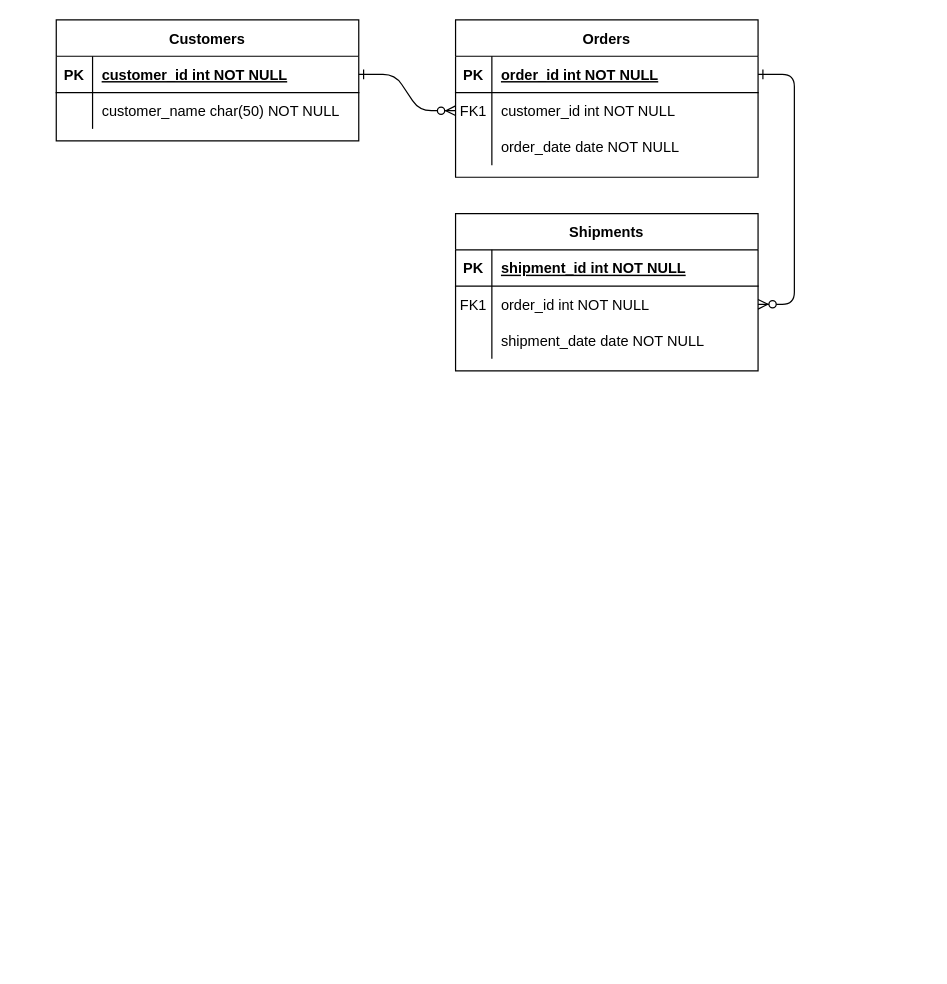
This is Untitled Diagram.drawio from mveiyo/shifts, a draw.io file, before an edit. Source tidied: cells renumbered, new cells numbered last; positions are measured from the earlier drawing's top-left corner, leaving out a move shared by most shapes. Both pictures are drawn from the tidied source at 121%, with x=0, y=0 at pixel (56, 19).
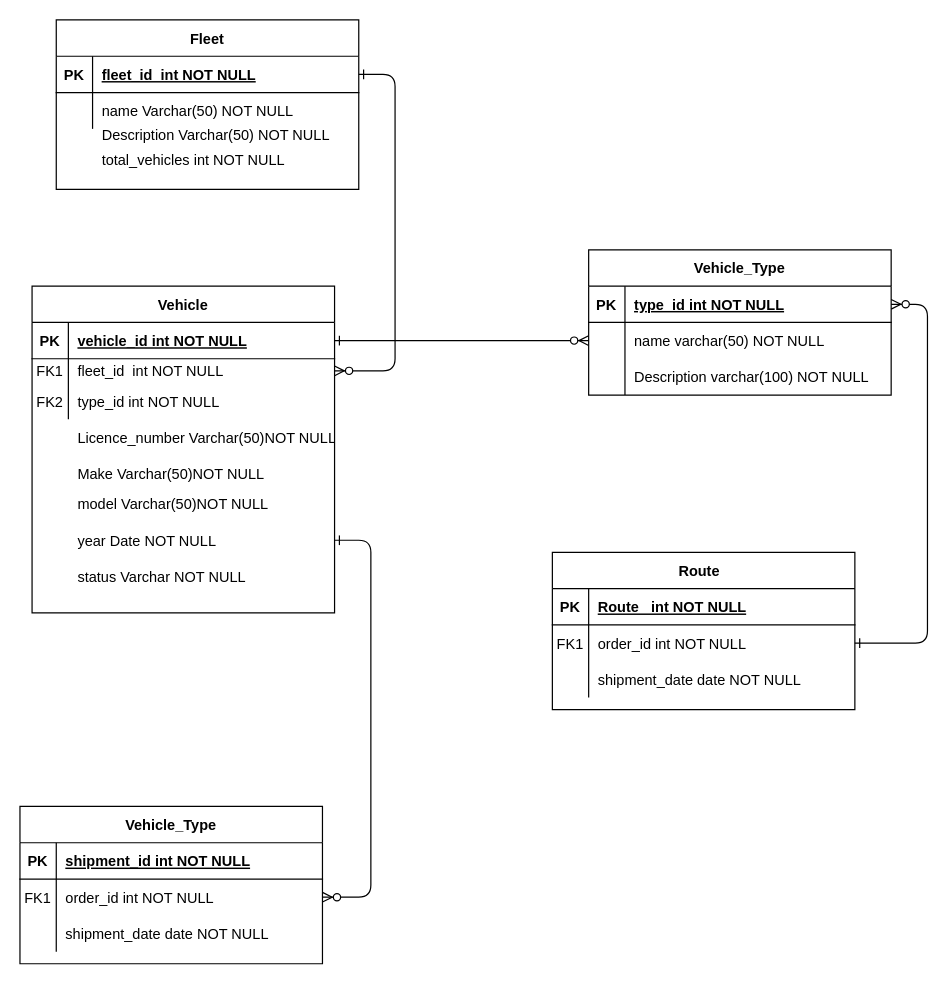
The same page after the edit.

The change refers to these unchanged cells:
```xml
<mxCell id="5" style="shape=partialRectangle;fillColor=none;points=[[0,0.5],[1,0.5]];portConstraint=eastwest;top=0;left=0;right=0;bottom=1;" parent="4" vertex="1">
  <mxGeometry y="30" width="250" height="30" as="geometry" />
</mxCell>
<mxCell id="15" style="shape=partialRectangle;fillColor=none;points=[[0,0.5],[1,0.5]];portConstraint=eastwest;top=0;left=0;right=0;bottom=1;" parent="14" vertex="1">
  <mxGeometry y="30" width="250" height="30" as="geometry" />
</mxCell>
<mxCell id="18" style="shape=partialRectangle;fillColor=none;points=[[0,0.5],[1,0.5]];portConstraint=eastwest;top=0;left=0;right=0;bottom=0;" parent="14" vertex="1">
  <mxGeometry y="60" width="250" height="30" as="geometry" />
</mxCell>
<mxCell id="25" style="shape=partialRectangle;fillColor=none;points=[[0,0.5],[1,0.5]];portConstraint=eastwest;top=0;left=0;right=0;bottom=1;" parent="24" vertex="1">
  <mxGeometry y="30" width="250" height="30" as="geometry" />
</mxCell>
<mxCell id="28" style="shape=partialRectangle;fillColor=none;top=0;left=0;right=0;bottom=0;" parent="24" vertex="1">
  <mxGeometry y="60" width="250" height="30" as="geometry" />
</mxCell>
```

The edit, as a diff of the source:
```diff
@@
-    <mxCell id="4" value="Orders" style="shape=table;startSize=30;childLayout=tableLayout;rowLines=0;fontStyle=1;align=center;" parent="1" vertex="1">
-      <mxGeometry x="330" width="250" height="130" as="geometry" />
+    <mxCell id="4" value="Vehicle" style="shape=table;startSize=30;childLayout=tableLayout;rowLines=0;fontStyle=1;align=center;" parent="1" vertex="1">
+      <mxGeometry x="-20" y="220" width="250" height="270" as="geometry" />
     </mxCell>
@@
-    <mxCell id="7" value="order_id int NOT NULL " style="shape=partialRectangle;overflow=hidden;fillColor=none;top=0;left=0;bottom=0;right=0;align=left;spacingLeft=6;fontStyle=5;" parent="5" vertex="1">
+    <mxCell id="7" value="vehicle_id int NOT NULL " style="shape=partialRectangle;overflow=hidden;fillColor=none;top=0;left=0;bottom=0;right=0;align=left;spacingLeft=6;fontStyle=5;" parent="5" vertex="1">
       <mxGeometry x="30" width="220" height="30" as="geometry" />
     </mxCell>
     <mxCell id="8" style="shape=partialRectangle;fillColor=none;points=[[0,0.5],[1,0.5]];portConstraint=eastwest;top=0;left=0;right=0;bottom=0;" parent="4" vertex="1">
-      <mxGeometry y="60" width="250" height="30" as="geometry" />
+      <mxGeometry y="60" width="250" height="20" as="geometry" />
     </mxCell>
     <mxCell id="9" value="FK1" style="shape=partialRectangle;overflow=hidden;fillColor=none;top=0;left=0;bottom=0;right=0;" parent="8" vertex="1">
-      <mxGeometry width="30" height="30" as="geometry" />
+      <mxGeometry width="30" height="20" as="geometry" />
     </mxCell>
-    <mxCell id="10" value="customer_id int NOT NULL" style="shape=partialRectangle;overflow=hidden;fillColor=none;top=0;left=0;bottom=0;right=0;align=left;spacingLeft=6;" parent="8" vertex="1">
-      <mxGeometry x="30" width="220" height="30" as="geometry" />
+    <mxCell id="10" value="fleet_id  int NOT NULL" style="shape=partialRectangle;overflow=hidden;fillColor=none;top=0;left=0;bottom=0;right=0;align=left;spacingLeft=6;" parent="8" vertex="1">
+      <mxGeometry x="30" width="220" height="20" as="geometry" />
     </mxCell>
     <mxCell id="11" style="shape=partialRectangle;fillColor=none;top=0;left=0;right=0;bottom=0;" parent="4" vertex="1">
-      <mxGeometry y="90" width="250" height="30" as="geometry" />
+      <mxGeometry y="80" width="250" height="30" as="geometry" />
     </mxCell>
@@
-    <mxCell id="13" value="order_date date NOT NULL" style="shape=partialRectangle;overflow=hidden;fillColor=none;top=0;left=0;bottom=0;right=0;align=left;spacingLeft=6;" parent="11" vertex="1">
+    <mxCell id="13" value="type_id int NOT NULL" style="shape=partialRectangle;overflow=hidden;fillColor=none;top=0;left=0;bottom=0;right=0;align=left;spacingLeft=6;" parent="11" vertex="1">
       <mxGeometry x="30" width="220" height="30" as="geometry" />
     </mxCell>
-    <mxCell id="14" value="Shipments" style="shape=table;startSize=30;childLayout=tableLayout;rowLines=0;fontStyle=1;align=center;" parent="1" vertex="1">
-      <mxGeometry x="330" y="160" width="250" height="130" as="geometry" />
+    <mxCell id="14" value="Vehicle_Type" style="shape=table;startSize=30;childLayout=tableLayout;rowLines=0;fontStyle=1;align=center;" parent="1" vertex="1">
+      <mxGeometry x="440" y="190" width="250" height="120" as="geometry" />
     </mxCell>
@@
-    <mxCell id="17" value="shipment_id int NOT NULL " style="shape=partialRectangle;overflow=hidden;fillColor=none;top=0;left=0;bottom=0;right=0;align=left;spacingLeft=6;fontStyle=5;" parent="15" vertex="1">
+    <mxCell id="17" value="type_id int NOT NULL " style="shape=partialRectangle;overflow=hidden;fillColor=none;top=0;left=0;bottom=0;right=0;align=left;spacingLeft=6;fontStyle=5;" parent="15" vertex="1">
       <mxGeometry x="30" width="220" height="30" as="geometry" />
     </mxCell>
@@
-    <mxCell id="19" value="FK1" style="shape=partialRectangle;overflow=hidden;fillColor=none;top=0;left=0;bottom=0;right=0;" parent="18" vertex="1">
+    <mxCell id="19" style="shape=partialRectangle;overflow=hidden;fillColor=none;top=0;left=0;bottom=0;right=0;" parent="18" vertex="1">
       <mxGeometry width="30" height="30" as="geometry" />
     </mxCell>
-    <mxCell id="20" value="order_id int NOT NULL" style="shape=partialRectangle;overflow=hidden;fillColor=none;top=0;left=0;bottom=0;right=0;align=left;spacingLeft=6;" parent="18" vertex="1">
+    <mxCell id="20" value="name varchar(50) NOT NULL" style="shape=partialRectangle;overflow=hidden;fillColor=none;top=0;left=0;bottom=0;right=0;align=left;spacingLeft=6;" parent="18" vertex="1">
       <mxGeometry x="30" width="220" height="30" as="geometry" />
     </mxCell>
-    <mxCell id="21" style="shape=partialRectangle;fillColor=none;top=0;left=0;right=0;bottom=0;" parent="14" vertex="1">
-      <mxGeometry y="90" width="250" height="30" as="geometry" />
-    </mxCell>
-    <mxCell id="22" style="shape=partialRectangle;overflow=hidden;fillColor=none;top=0;left=0;bottom=0;right=0;" parent="21" vertex="1">
-      <mxGeometry width="30" height="30" as="geometry" />
-    </mxCell>
-    <mxCell id="23" value="shipment_date date NOT NULL" style="shape=partialRectangle;overflow=hidden;fillColor=none;top=0;left=0;bottom=0;right=0;align=left;spacingLeft=6;" parent="21" vertex="1">
-      <mxGeometry x="30" width="220" height="30" as="geometry" />
-    </mxCell>
+    <mxCell id="31" style="shape=partialRectangle;fillColor=none;top=0;left=0;right=0;bottom=0;" parent="14" vertex="1">
+      <mxGeometry y="90" width="250" height="30" as="geometry" />
+    </mxCell>
+    <mxCell id="32" style="shape=partialRectangle;overflow=hidden;fillColor=none;top=0;left=0;bottom=0;right=0;" parent="31" vertex="1">
+      <mxGeometry width="30" height="30" as="geometry" />
+    </mxCell>
+    <mxCell id="33" value="Description varchar(100) NOT NULL" style="shape=partialRectangle;overflow=hidden;fillColor=none;top=0;left=0;bottom=0;right=0;align=left;spacingLeft=6;" parent="31" vertex="1">
+      <mxGeometry x="30" width="220" height="30" as="geometry" />
+    </mxCell>
-    <mxCell id="24" value="Customers" style="shape=table;startSize=30;childLayout=tableLayout;rowLines=0;fontStyle=1;align=center;" parent="1" vertex="1">
-      <mxGeometry width="250" height="100" as="geometry" />
+    <mxCell id="24" value="Fleet" style="shape=table;startSize=30;childLayout=tableLayout;rowLines=0;fontStyle=1;align=center;" parent="1" vertex="1">
+      <mxGeometry width="250" height="140" as="geometry" />
     </mxCell>
@@
-    <mxCell id="27" value="customer_id int NOT NULL " style="shape=partialRectangle;overflow=hidden;fillColor=none;top=0;left=0;bottom=0;right=0;align=left;spacingLeft=6;fontStyle=5;" parent="25" vertex="1">
+    <mxCell id="27" value="fleet_id  int NOT NULL" style="shape=partialRectangle;overflow=hidden;fillColor=none;top=0;left=0;bottom=0;right=0;align=left;spacingLeft=6;fontStyle=5;" parent="25" vertex="1">
       <mxGeometry x="30" width="220" height="30" as="geometry" />
     </mxCell>
@@
-    <mxCell id="30" value="customer_name char(50) NOT NULL" style="shape=partialRectangle;overflow=hidden;fillColor=none;top=0;left=0;bottom=0;right=0;align=left;spacingLeft=6;" parent="28" vertex="1">
+    <mxCell id="30" value="name Varchar(50) NOT NULL" style="shape=partialRectangle;overflow=hidden;fillColor=none;top=0;left=0;bottom=0;right=0;align=left;spacingLeft=6;" parent="28" vertex="1">
       <mxGeometry x="30" width="220" height="30" as="geometry" />
     </mxCell>
+    <mxCell id="34" value="Vehicle_Type" style="shape=table;startSize=30;childLayout=tableLayout;rowLines=0;fontStyle=1;align=center;" parent="1" vertex="1">
+      <mxGeometry x="-30" y="650" width="250" height="130" as="geometry" />
+    </mxCell>
+    <mxCell id="35" style="shape=partialRectangle;fillColor=none;top=0;left=0;right=0;bottom=1;" parent="34" vertex="1">
+      <mxGeometry y="30" width="250" height="30" as="geometry" />
+    </mxCell>
+    <mxCell id="36" value="PK" style="shape=partialRectangle;overflow=hidden;fillColor=none;top=0;left=0;bottom=0;right=0;fontStyle=1;" parent="35" vertex="1">
+      <mxGeometry width="30" height="30" as="geometry" />
+    </mxCell>
+    <mxCell id="37" value="shipment_id int NOT NULL " style="shape=partialRectangle;overflow=hidden;fillColor=none;top=0;left=0;bottom=0;right=0;align=left;spacingLeft=6;fontStyle=5;" parent="35" vertex="1">
+      <mxGeometry x="30" width="220" height="30" as="geometry" />
+    </mxCell>
+    <mxCell id="38" style="shape=partialRectangle;fillColor=none;points=[[0,0.5],[1,0.5]];portConstraint=eastwest;top=0;left=0;right=0;bottom=0;" parent="34" vertex="1">
+      <mxGeometry y="60" width="250" height="30" as="geometry" />
+    </mxCell>
+    <mxCell id="39" value="FK1" style="shape=partialRectangle;overflow=hidden;fillColor=none;top=0;left=0;bottom=0;right=0;" parent="38" vertex="1">
+      <mxGeometry width="30" height="30" as="geometry" />
+    </mxCell>
+    <mxCell id="40" value="order_id int NOT NULL" style="shape=partialRectangle;overflow=hidden;fillColor=none;top=0;left=0;bottom=0;right=0;align=left;spacingLeft=6;" parent="38" vertex="1">
+      <mxGeometry x="30" width="220" height="30" as="geometry" />
+    </mxCell>
+    <mxCell id="41" style="shape=partialRectangle;fillColor=none;top=0;left=0;right=0;bottom=0;" parent="34" vertex="1">
+      <mxGeometry y="90" width="250" height="30" as="geometry" />
+    </mxCell>
+    <mxCell id="42" style="shape=partialRectangle;overflow=hidden;fillColor=none;top=0;left=0;bottom=0;right=0;" parent="41" vertex="1">
+      <mxGeometry width="30" height="30" as="geometry" />
+    </mxCell>
+    <mxCell id="43" value="shipment_date date NOT NULL" style="shape=partialRectangle;overflow=hidden;fillColor=none;top=0;left=0;bottom=0;right=0;align=left;spacingLeft=6;" parent="41" vertex="1">
+      <mxGeometry x="30" width="220" height="30" as="geometry" />
+    </mxCell>
+    <mxCell id="44" value="Route  " style="shape=table;startSize=30;childLayout=tableLayout;rowLines=0;fontStyle=1;align=center;" parent="1" vertex="1">
+      <mxGeometry x="410" y="440" width="250" height="130" as="geometry" />
+    </mxCell>
+    <mxCell id="45" style="shape=partialRectangle;fillColor=none;top=0;left=0;right=0;bottom=1;" parent="44" vertex="1">
+      <mxGeometry y="30" width="250" height="30" as="geometry" />
+    </mxCell>
+    <mxCell id="46" value="PK" style="shape=partialRectangle;overflow=hidden;fillColor=none;top=0;left=0;bottom=0;right=0;fontStyle=1;" parent="45" vertex="1">
+      <mxGeometry width="30" height="30" as="geometry" />
+    </mxCell>
+    <mxCell id="47" value="Route   int NOT NULL " style="shape=partialRectangle;overflow=hidden;fillColor=none;top=0;left=0;bottom=0;right=0;align=left;spacingLeft=6;fontStyle=5;" parent="45" vertex="1">
+      <mxGeometry x="30" width="220" height="30" as="geometry" />
+    </mxCell>
+    <mxCell id="48" style="shape=partialRectangle;fillColor=none;points=[[0,0.5],[1,0.5]];portConstraint=eastwest;top=0;left=0;right=0;bottom=0;" parent="44" vertex="1">
+      <mxGeometry y="60" width="250" height="30" as="geometry" />
+    </mxCell>
+    <mxCell id="49" value="FK1" style="shape=partialRectangle;overflow=hidden;fillColor=none;top=0;left=0;bottom=0;right=0;" parent="48" vertex="1">
+      <mxGeometry width="30" height="30" as="geometry" />
+    </mxCell>
+    <mxCell id="50" value="order_id int NOT NULL" style="shape=partialRectangle;overflow=hidden;fillColor=none;top=0;left=0;bottom=0;right=0;align=left;spacingLeft=6;" parent="48" vertex="1">
+      <mxGeometry x="30" width="220" height="30" as="geometry" />
+    </mxCell>
+    <mxCell id="51" style="shape=partialRectangle;fillColor=none;top=0;left=0;right=0;bottom=0;" parent="44" vertex="1">
+      <mxGeometry y="90" width="250" height="30" as="geometry" />
+    </mxCell>
+    <mxCell id="52" style="shape=partialRectangle;overflow=hidden;fillColor=none;top=0;left=0;bottom=0;right=0;" parent="51" vertex="1">
+      <mxGeometry width="30" height="30" as="geometry" />
+    </mxCell>
+    <mxCell id="53" value="shipment_date date NOT NULL" style="shape=partialRectangle;overflow=hidden;fillColor=none;top=0;left=0;bottom=0;right=0;align=left;spacingLeft=6;" parent="51" vertex="1">
+      <mxGeometry x="30" width="220" height="30" as="geometry" />
+    </mxCell>
+    <mxCell id="54" value="Description Varchar(50) NOT NULL" style="shape=partialRectangle;overflow=hidden;fillColor=none;top=0;left=0;bottom=0;right=0;align=left;spacingLeft=6;" parent="1" vertex="1">
+      <mxGeometry x="30" y="80" width="220" height="30" as="geometry" />
+    </mxCell>
+    <mxCell id="55" style="shape=partialRectangle;fillColor=none;top=0;left=0;right=0;bottom=0;" parent="1" vertex="1">
+      <mxGeometry y="100" width="250" height="30" as="geometry" />
+    </mxCell>
+    <mxCell id="56" style="shape=partialRectangle;overflow=hidden;fillColor=none;top=0;left=0;bottom=0;right=0;" parent="55" vertex="1">
+      <mxGeometry width="30" height="30" as="geometry" />
+    </mxCell>
+    <mxCell id="57" value="total_vehicles int NOT NULL" style="shape=partialRectangle;overflow=hidden;fillColor=none;top=0;left=0;bottom=0;right=0;align=left;spacingLeft=6;" parent="55" vertex="1">
+      <mxGeometry x="30" width="220" height="30" as="geometry" />
+    </mxCell>
+    <mxCell id="58" value="FK2" style="shape=partialRectangle;overflow=hidden;fillColor=none;top=0;left=0;bottom=0;right=0;" parent="1" vertex="1">
+      <mxGeometry x="-20" y="300" width="30" height="30" as="geometry" />
+    </mxCell>
+    <mxCell id="59" value="Licence_number Varchar(50)NOT NULL" style="shape=partialRectangle;overflow=hidden;fillColor=none;top=0;left=0;bottom=0;right=0;align=left;spacingLeft=6;" parent="1" vertex="1">
+      <mxGeometry x="10" y="330" width="220" height="30" as="geometry" />
+    </mxCell>
+    <mxCell id="60" value="Make Varchar(50)NOT NULL" style="shape=partialRectangle;overflow=hidden;fillColor=none;top=0;left=0;bottom=0;right=0;align=left;spacingLeft=6;" parent="1" vertex="1">
+      <mxGeometry x="10" y="360" width="220" height="30" as="geometry" />
+    </mxCell>
+    <mxCell id="61" value="model Varchar(50)NOT NULL" style="shape=partialRectangle;overflow=hidden;fillColor=none;top=0;left=0;bottom=0;right=0;align=left;spacingLeft=6;" parent="1" vertex="1">
+      <mxGeometry x="10" y="385" width="220" height="30" as="geometry" />
+    </mxCell>
+    <mxCell id="62" value="year Date NOT NULL" style="shape=partialRectangle;overflow=hidden;fillColor=none;top=0;left=0;bottom=0;right=0;align=left;spacingLeft=6;" parent="1" vertex="1">
+      <mxGeometry x="10" y="415" width="220" height="30" as="geometry" />
+    </mxCell>
+    <mxCell id="63" value="status Varchar NOT NULL" style="shape=partialRectangle;overflow=hidden;fillColor=none;top=0;left=0;bottom=0;right=0;align=left;spacingLeft=6;" parent="1" vertex="1">
+      <mxGeometry x="10" y="445" width="220" height="30" as="geometry" />
+    </mxCell>
+    <mxCell id="64" style="edgeStyle=entityRelationEdgeStyle;endArrow=ERzeroToMany;startArrow=ERone;endFill=1;startFill=0;exitX=1;exitY=0.5;exitDx=0;exitDy=0;" parent="1" edge="1" source="48" target="15">
+      <mxGeometry relative="1" as="geometry" />
+    </mxCell>
+    <mxCell id="65" style="edgeStyle=entityRelationEdgeStyle;endArrow=ERzeroToMany;startArrow=ERone;endFill=1;startFill=0;entryX=1;entryY=0.5;entryDx=0;entryDy=0;" parent="1" edge="1" target="38">
+      <mxGeometry relative="1" as="geometry">
+        <mxPoint x="230" y="430" as="sourcePoint" />
+        <Array as="points">
+          <mxPoint x="310" y="530" />
+        </Array>
+      </mxGeometry>
+    </mxCell>
```
